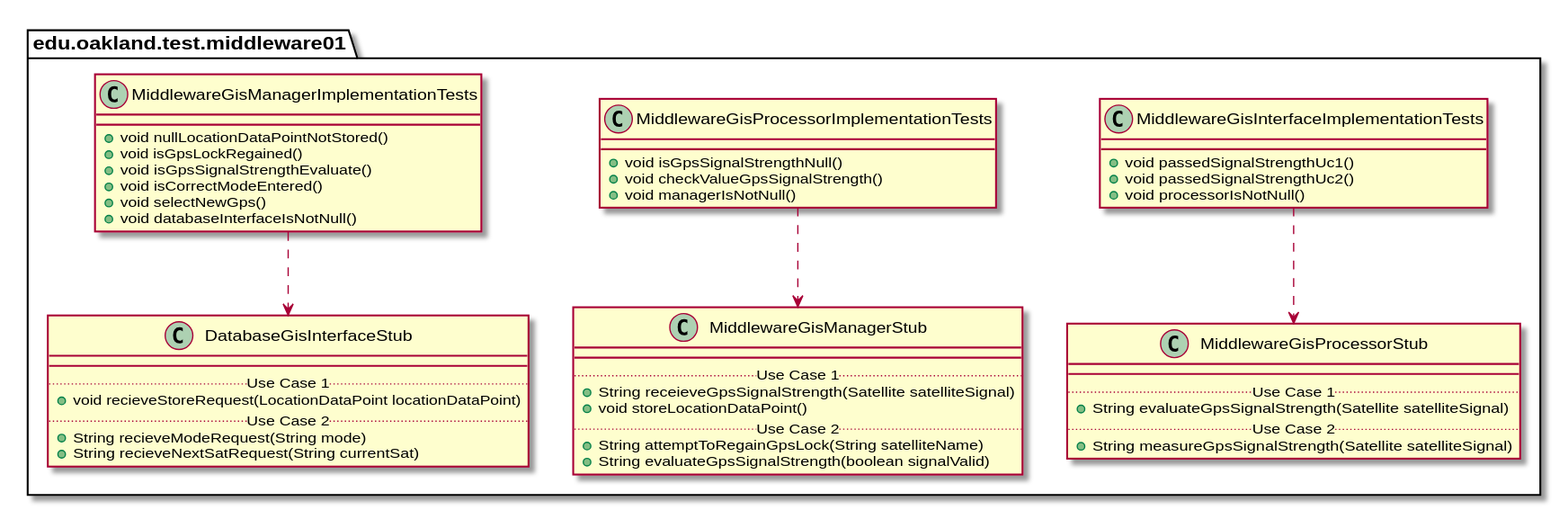
The PlantUML diagram docs/uml-class-diagrams/middleware01/test/Middleware01TestPackage_InternalDependencies.svg in andrewdimmer/csi-3370-software-project, before a commit.
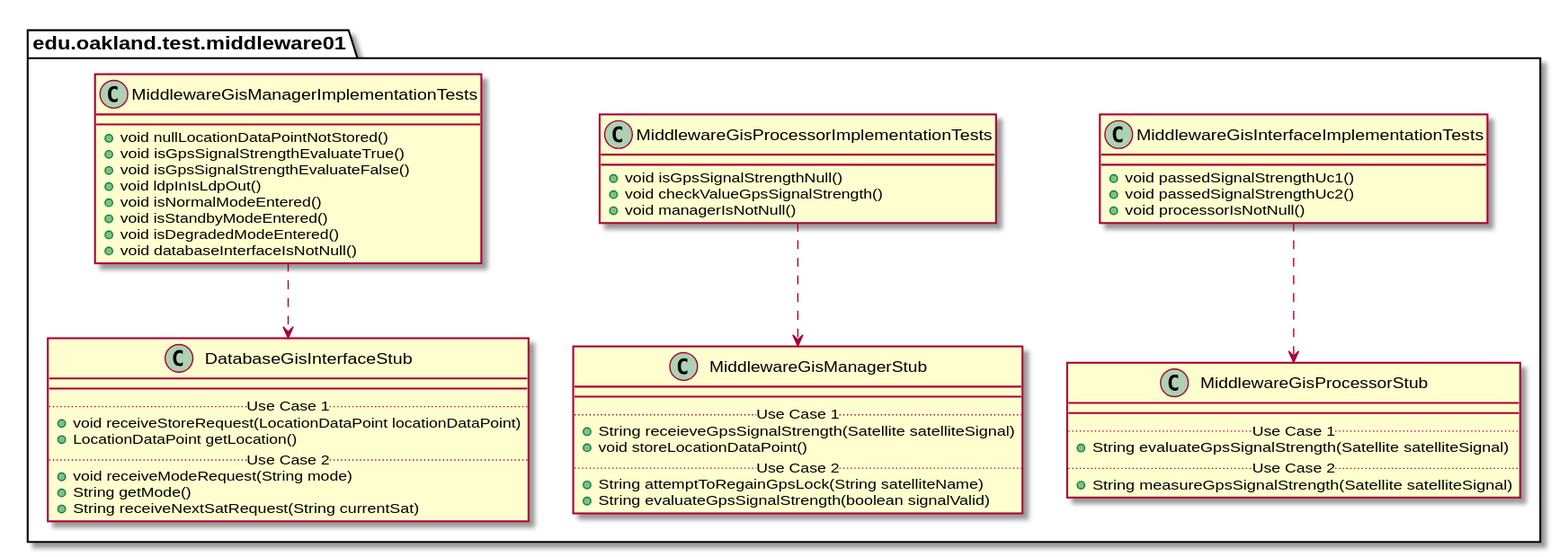
Above is the later version.

What changed in the source:
```diff
@@ -54,10 +54,12 @@
 package edu.oakland.test.middleware01 {
   class MiddlewareGisManagerImplementationTests {
     + void nullLocationDataPointNotStored()
-    + void isGpsLockRegained()
-    + void isGpsSignalStrengthEvaluate()
-    + void isCorrectModeEntered()
-    + void selectNewGps()
+    + void isGpsSignalStrengthEvaluateTrue()
+    + void isGpsSignalStrengthEvaluateFalse()
+    + void ldpInIsLdpOut()
+    + void isNormalModeEntered()
+    + void isStandbyModeEntered()
+    + void isDegradedModeEntered()
     + void databaseInterfaceIsNotNull()
   }
 }
@@ -68,10 +70,12 @@
     class DatabaseGisInterfaceStub {
         __
         .. Use Case 1 ..
-        + void recieveStoreRequest(LocationDataPoint locationDataPoint)
+        + void receiveStoreRequest(LocationDataPoint locationDataPoint)
+        + LocationDataPoint getLocation()
         .. Use Case 2 ..
-        + String recieveModeRequest(String mode)
-        + String recieveNextSatRequest(String currentSat)
+        + void receiveModeRequest(String mode)
+        + String getMode()
+        + String receiveNextSatRequest(String currentSat)
     }
 }
 
```
